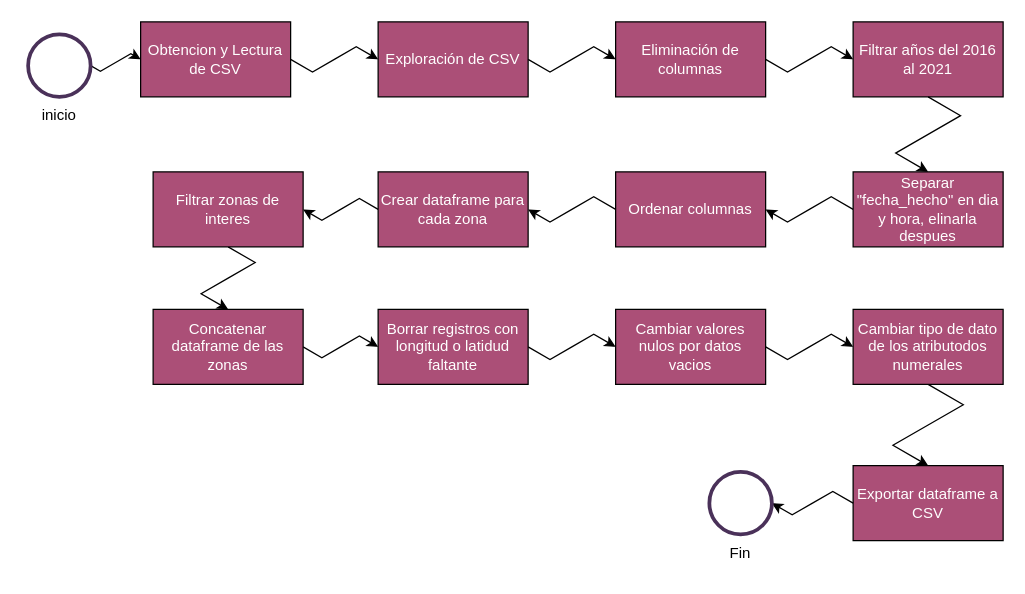
Before: Diagramas/Diagrama ETL/ProcesoETL_TT.drawio in OscarMendoza-afk/TTAnalisisDeCrimen, a draw.io diagram. Source tidied: cells renumbered, new cells numbered last; positions are measured from the earlier drawing's top-left corner, leaving out a move shared by most shapes. Both pictures are drawn from the tidied source at 125%, with x=0, y=0 at pixel (21, 21).
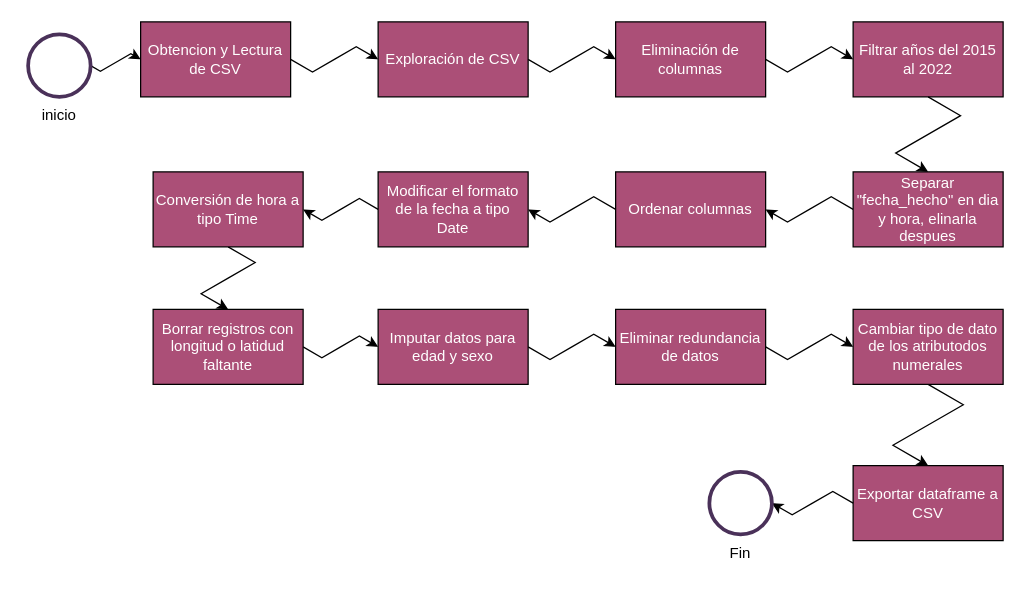
The same diagram, later.

Diff of the diagram source:
```diff
@@
-    <mxCell id="7" value="Filtrar años del 2016 al 2021" style="rounded=0;whiteSpace=wrap;html=1;fillColor=#AB4F77;fontColor=#FFFFFF;" parent="1" vertex="1">
+    <mxCell id="7" value="Filtrar años del 2015 al 2022" style="rounded=0;whiteSpace=wrap;html=1;fillColor=#AB4F77;fontColor=#FFFFFF;" parent="1" vertex="1">
       <mxGeometry x="665" width="120" height="60" as="geometry" />
     </mxCell>
@@
-    <mxCell id="18" value="Filtrar zonas de interes" style="rounded=0;whiteSpace=wrap;html=1;fillColor=#AB4F77;fontColor=#FFFFFF;" parent="1" vertex="1">
+    <mxCell id="18" value="Conversión de hora a tipo Time" style="rounded=0;whiteSpace=wrap;html=1;fillColor=#AB4F77;fontColor=#FFFFFF;" parent="1" vertex="1">
       <mxGeometry x="105" y="120" width="120" height="60" as="geometry" />
     </mxCell>
@@
-    <mxCell id="20" value="Crear dataframe para cada zona" style="rounded=0;whiteSpace=wrap;html=1;fillColor=#AB4F77;fontColor=#FFFFFF;" parent="1" vertex="1">
+    <mxCell id="20" value="Modificar el formato de la fecha a tipo Date" style="rounded=0;whiteSpace=wrap;html=1;fillColor=#AB4F77;fontColor=#FFFFFF;" parent="1" vertex="1">
       <mxGeometry x="285" y="120" width="120" height="60" as="geometry" />
     </mxCell>
@@
-    <mxCell id="22" value="Concatenar dataframe de las zonas" style="rounded=0;whiteSpace=wrap;html=1;fillColor=#AB4F77;fontColor=#FFFFFF;" parent="1" vertex="1">
+    <mxCell id="22" value="Borrar registros con longitud o latidud faltante" style="rounded=0;whiteSpace=wrap;html=1;fillColor=#AB4F77;fontColor=#FFFFFF;" parent="1" vertex="1">
       <mxGeometry x="105" y="230" width="120" height="60" as="geometry" />
     </mxCell>
@@
-    <mxCell id="24" value="Borrar registros con longitud o latidud faltante" style="rounded=0;whiteSpace=wrap;html=1;fillColor=#AB4F77;fontColor=#FFFFFF;" parent="1" vertex="1">
+    <mxCell id="24" value="Imputar datos para edad y sexo " style="rounded=0;whiteSpace=wrap;html=1;fillColor=#AB4F77;fontColor=#FFFFFF;" parent="1" vertex="1">
       <mxGeometry x="285" y="230" width="120" height="60" as="geometry" />
     </mxCell>
@@
-    <mxCell id="26" value="Cambiar valores nulos por datos vacios" style="rounded=0;whiteSpace=wrap;html=1;fillColor=#AB4F77;fontColor=#FFFFFF;" parent="1" vertex="1">
+    <mxCell id="26" value="Eliminar redundancia de datos" style="rounded=0;whiteSpace=wrap;html=1;fillColor=#AB4F77;fontColor=#FFFFFF;" parent="1" vertex="1">
       <mxGeometry x="475" y="230" width="120" height="60" as="geometry" />
     </mxCell>
```
